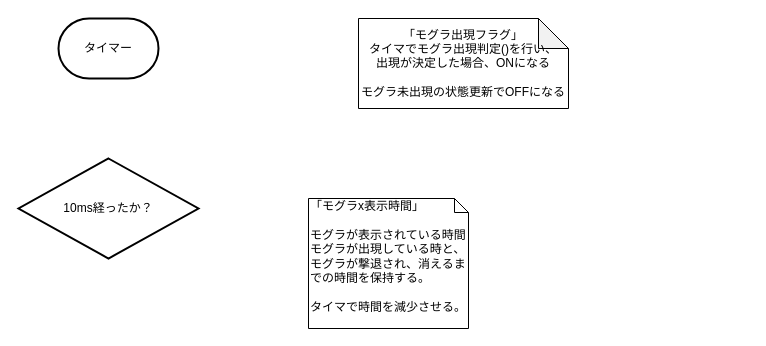
Above: page "割込み" (4 of 4) of 資料/設計書/フローチャート/モグラ叩き_フローチャート.drawio in hakohumi/comp.train.whack-a-mole (draw.io), before the change. Source tidied: cells renumbered, new cells numbered last; positions are measured from the earlier drawing's top-left corner, leaving out a move shared by most shapes. Both pictures are drawn from the tidied source at 100%, with x=0, y=0 at pixel (18, 18).
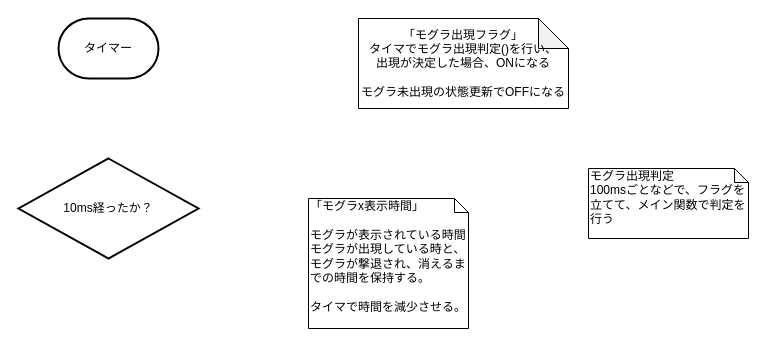
After the change.

Change to the diagram source:
```diff
@@
 <mxGraphModel>
   <root>
     <mxCell id="0" />
     <mxCell id="1" parent="0" />
     <mxCell id="2" value="タイマー" style="strokeWidth=2;html=1;shape=mxgraph.flowchart.terminator;whiteSpace=wrap;" parent="1" vertex="1">
       <mxGeometry x="40" width="100" height="60" as="geometry" />
     </mxCell>
     <mxCell id="3" value="10ms経ったか？" style="strokeWidth=2;html=1;shape=mxgraph.flowchart.decision;whiteSpace=wrap;" parent="1" vertex="1">
       <mxGeometry y="140" width="180" height="100" as="geometry" />
     </mxCell>
     <mxCell id="4" value="「モグラ出現フラグ」&lt;br&gt;タイマでモグラ出現判定()を行い、&lt;br&gt;出現が決定した場合、ONになる&lt;br&gt;&lt;br&gt;モグラ未出現の状態更新でOFFになる" style="shape=note;whiteSpace=wrap;html=1;backgroundOutline=1;darkOpacity=0.05;" parent="1" vertex="1">
       <mxGeometry x="340" width="210" height="90" as="geometry" />
     </mxCell>
     <mxCell id="5" value="「モグラx表示時間」&lt;br&gt;&lt;br&gt;モグラが表示されている時間&lt;br&gt;モグラが出現している時と、モグラが撃退され、消えるまでの時間を保持する。&lt;br&gt;&lt;br&gt;タイマで時間を減少させる。" style="shape=note;whiteSpace=wrap;html=1;size=14;verticalAlign=top;align=left;spacingTop=-6;" parent="1" vertex="1">
       <mxGeometry x="290" y="180" width="160" height="130" as="geometry" />
     </mxCell>
+    <mxCell id="6" value="モグラ出現判定&lt;br&gt;100msごとなどで、フラグを立てて、メイン関数で判定を行う" style="shape=note;whiteSpace=wrap;html=1;size=14;verticalAlign=top;align=left;spacingTop=-6;" parent="1" vertex="1">
+      <mxGeometry x="570" y="150" width="160" height="70" as="geometry" />
+    </mxCell>
   </root>
 </mxGraphModel>
```
